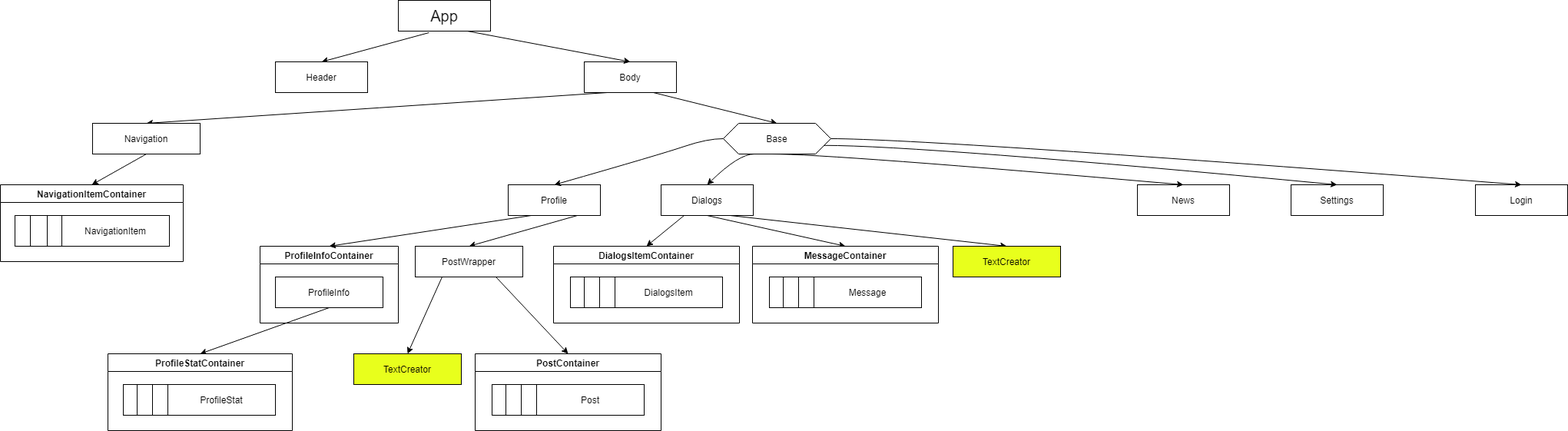
The draw.io diagram Structure Diadram.png in SailorStat/IT-Social, before a commit. Source tidied: cells renumbered, new cells last; positions are measured from the earlier drawing's top-left corner, leaving out a move shared by most shapes.
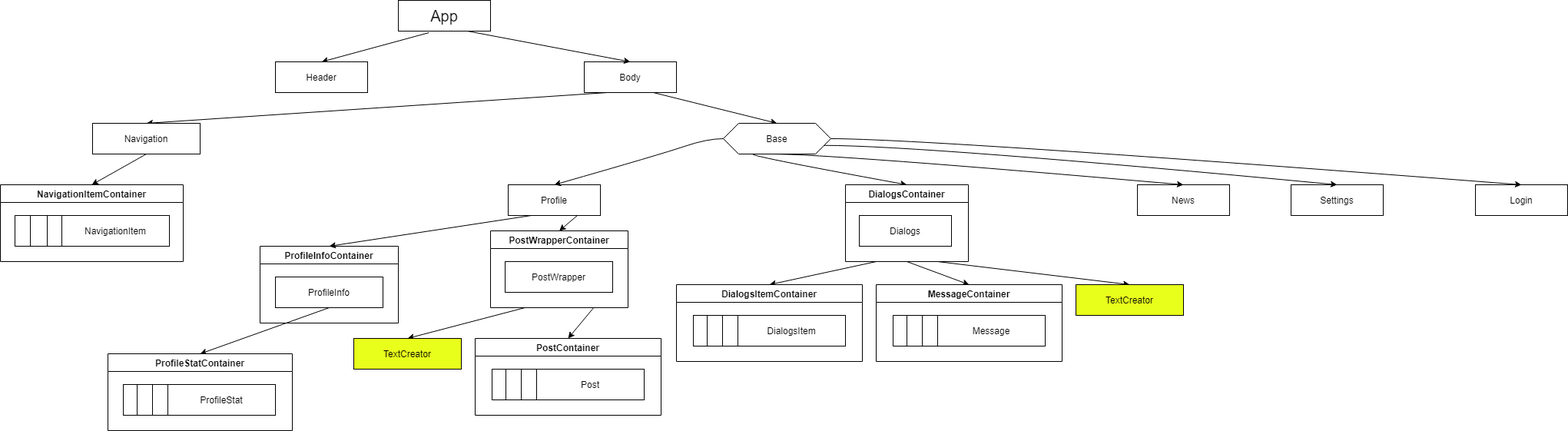
The same file after the commit.

Change to the diagram source:
```diff
@@ -29,24 +29,21 @@
     <mxCell id="10" value="Base" style="shape=hexagon;perimeter=hexagonPerimeter2;whiteSpace=wrap;html=1;fixedSize=1;" parent="1" vertex="1">
       <mxGeometry x="941" y="160" width="140" height="40" as="geometry" />
     </mxCell>
-    <mxCell id="11" style="edgeStyle=none;rounded=0;jettySize=auto;html=1;exitX=0.75;exitY=1;exitDx=0;exitDy=0;entryX=0.5;entryY=0;entryDx=0;entryDy=0;" parent="1" edge="1" source="12" target="42">
+    <mxCell id="11" style="edgeStyle=none;rounded=0;jettySize=auto;html=1;exitX=0.75;exitY=1;exitDx=0;exitDy=0;entryX=0.5;entryY=0;entryDx=0;entryDy=0;" parent="1" edge="1" source="12" target="61">
       <mxGeometry relative="1" as="geometry" />
     </mxCell>
     <mxCell id="12" value="Profile" style="rounded=0;whiteSpace=wrap;html=1;" parent="1" vertex="1">
       <mxGeometry x="661" y="240" width="120" height="40" as="geometry" />
     </mxCell>
-    <mxCell id="13" style="edgeStyle=none;rounded=0;jettySize=auto;html=1;exitX=0.25;exitY=1;exitDx=0;exitDy=0;entryX=0.5;entryY=0;entryDx=0;entryDy=0;" parent="1" edge="1" source="16" target="49">
+    <mxCell id="13" style="edgeStyle=none;rounded=0;jettySize=auto;html=1;entryX=0.5;entryY=0;entryDx=0;entryDy=0;exitX=0.25;exitY=1;exitDx=0;exitDy=0;" parent="1" edge="1" source="60" target="49">
       <mxGeometry relative="1" as="geometry" />
     </mxCell>
-    <mxCell id="14" style="edgeStyle=none;rounded=0;jettySize=auto;html=1;exitX=0.5;exitY=1;exitDx=0;exitDy=0;entryX=0.5;entryY=0;entryDx=0;entryDy=0;" parent="1" edge="1" source="16" target="54">
+    <mxCell id="14" style="edgeStyle=none;rounded=0;jettySize=auto;html=1;entryX=0.5;entryY=0;entryDx=0;entryDy=0;exitX=0.5;exitY=1;exitDx=0;exitDy=0;" parent="1" edge="1" source="60" target="54">
       <mxGeometry relative="1" as="geometry" />
     </mxCell>
-    <mxCell id="15" style="edgeStyle=none;rounded=0;jettySize=auto;html=1;exitX=0.75;exitY=1;exitDx=0;exitDy=0;entryX=0.5;entryY=0;entryDx=0;entryDy=0;" parent="1" edge="1" source="16" target="59">
+    <mxCell id="15" style="edgeStyle=none;rounded=0;jettySize=auto;html=1;entryX=0.5;entryY=0;entryDx=0;entryDy=0;exitX=0.75;exitY=1;exitDx=0;exitDy=0;" parent="1" edge="1" source="60" target="59">
       <mxGeometry relative="1" as="geometry" />
     </mxCell>
-    <mxCell id="16" value="&lt;span style=&quot;background-color: rgb(255 , 255 , 255)&quot;&gt;Dialogs&lt;/span&gt;" style="rounded=0;whiteSpace=wrap;html=1;" parent="1" vertex="1">
-      <mxGeometry x="860" y="240" width="120" height="40" as="geometry" />
-    </mxCell>
     <mxCell id="17" value="News" style="rounded=0;whiteSpace=wrap;html=1;" parent="1" vertex="1">
       <mxGeometry x="1480" y="240" width="120" height="40" as="geometry" />
     </mxCell>
@@ -64,7 +61,7 @@
         </Array>
       </mxGeometry>
     </mxCell>
-    <mxCell id="21" style="curved=1;endArrow=classic;html=1;entryX=0.5;entryY=0;entryDx=0;entryDy=0;exitX=0.286;exitY=1;exitDx=0;exitDy=0;exitPerimeter=0;" parent="1" edge="1" source="10" target="16">
+    <mxCell id="21" style="curved=1;endArrow=classic;html=1;entryX=0.5;entryY=0;entryDx=0;entryDy=0;exitX=0.286;exitY=1;exitDx=0;exitDy=0;exitPerimeter=0;" parent="1" edge="1" source="10" target="60">
       <mxGeometry relative="1" as="geometry">
         <Array as="points">
           <mxPoint x="961" y="200" />
@@ -139,20 +136,17 @@
     <mxCell id="39" value="ProfileStat" style="rounded=0;whiteSpace=wrap;html=1;" parent="35" vertex="1">
       <mxGeometry x="78" y="40" width="140" height="40" as="geometry" />
     </mxCell>
-    <mxCell id="40" style="edgeStyle=none;rounded=0;jettySize=auto;html=1;exitX=0.25;exitY=1;exitDx=0;exitDy=0;entryX=0.5;entryY=0;entryDx=0;entryDy=0;" parent="1" edge="1" source="42" target="43">
+    <mxCell id="40" style="edgeStyle=none;rounded=0;jettySize=auto;html=1;entryX=0.5;entryY=0;entryDx=0;entryDy=0;exitX=0.25;exitY=1;exitDx=0;exitDy=0;" parent="1" edge="1" source="61" target="43">
       <mxGeometry relative="1" as="geometry" />
     </mxCell>
-    <mxCell id="41" style="edgeStyle=none;rounded=0;jettySize=auto;html=1;exitX=0.75;exitY=1;exitDx=0;exitDy=0;entryX=0.5;entryY=0;entryDx=0;entryDy=0;" parent="1" edge="1" source="42" target="44">
+    <mxCell id="41" style="edgeStyle=none;rounded=0;jettySize=auto;html=1;entryX=0.5;entryY=0;entryDx=0;entryDy=0;exitX=0.75;exitY=1;exitDx=0;exitDy=0;" parent="1" edge="1" source="61" target="44">
       <mxGeometry relative="1" as="geometry" />
     </mxCell>
-    <mxCell id="42" value="PostWrapper" style="rounded=0;whiteSpace=wrap;html=1;" parent="1" vertex="1">
-      <mxGeometry x="540" y="320" width="140" height="40" as="geometry" />
-    </mxCell>
     <mxCell id="43" value="TextCreator" style="rounded=0;whiteSpace=wrap;html=1;fillColor=#E8FF1C;" parent="1" vertex="1">
-      <mxGeometry x="460" y="460" width="140" height="40" as="geometry" />
+      <mxGeometry x="460" y="440" width="140" height="40" as="geometry" />
     </mxCell>
     <mxCell id="44" value="PostContainer" style="swimlane;" parent="1" vertex="1">
-      <mxGeometry x="618" y="460" width="242" height="100" as="geometry" />
+      <mxGeometry x="618" y="440" width="242" height="100" as="geometry" />
     </mxCell>
     <mxCell id="45" style="rounded=0;whiteSpace=wrap;html=1;" parent="44" vertex="1">
       <mxGeometry x="22" y="40" width="140" height="40" as="geometry" />
@@ -167,7 +161,7 @@
       <mxGeometry x="80" y="40" width="140" height="40" as="geometry" />
     </mxCell>
     <mxCell id="49" value="DialogsItemContainer" style="swimlane;" parent="1" vertex="1">
-      <mxGeometry x="720" y="320" width="242" height="100" as="geometry" />
+      <mxGeometry x="880" y="370" width="242" height="100" as="geometry" />
     </mxCell>
     <mxCell id="50" style="rounded=0;whiteSpace=wrap;html=1;" parent="49" vertex="1">
       <mxGeometry x="22" y="40" width="140" height="40" as="geometry" />
@@ -182,7 +176,7 @@
       <mxGeometry x="80" y="40" width="140" height="40" as="geometry" />
     </mxCell>
     <mxCell id="54" value="MessageContainer" style="swimlane;" parent="1" vertex="1">
-      <mxGeometry x="979" y="320" width="242" height="100" as="geometry" />
+      <mxGeometry x="1140" y="370" width="242" height="100" as="geometry" />
     </mxCell>
     <mxCell id="55" style="rounded=0;whiteSpace=wrap;html=1;" parent="54" vertex="1">
       <mxGeometry x="22" y="40" width="140" height="40" as="geometry" />
@@ -197,7 +191,19 @@
       <mxGeometry x="80" y="40" width="140" height="40" as="geometry" />
     </mxCell>
     <mxCell id="59" value="TextCreator" style="rounded=0;whiteSpace=wrap;html=1;fillColor=#E8FF1C;" parent="1" vertex="1">
-      <mxGeometry x="1240" y="320" width="140" height="40" as="geometry" />
+      <mxGeometry x="1400" y="370" width="140" height="40" as="geometry" />
     </mxCell>
+    <mxCell id="60" value="DialogsContainer" style="swimlane;" parent="1" vertex="1">
+      <mxGeometry x="1100" y="240" width="160" height="100" as="geometry" />
+    </mxCell>
+    <mxCell id="16" value="&lt;span style=&quot;background-color: rgb(255 , 255 , 255)&quot;&gt;Dialogs&lt;/span&gt;" style="rounded=0;whiteSpace=wrap;html=1;" parent="60" vertex="1">
+      <mxGeometry x="18" y="40" width="120" height="40" as="geometry" />
+    </mxCell>
+    <mxCell id="61" value="PostWrapperContainer" style="swimlane;" parent="1" vertex="1">
+      <mxGeometry x="638" y="300" width="179" height="100" as="geometry" />
+    </mxCell>
+    <mxCell id="42" value="PostWrapper" style="rounded=0;whiteSpace=wrap;html=1;" parent="61" vertex="1">
+      <mxGeometry x="19" y="40" width="140" height="40" as="geometry" />
+    </mxCell>
   </root>
 </mxGraphModel>
```
